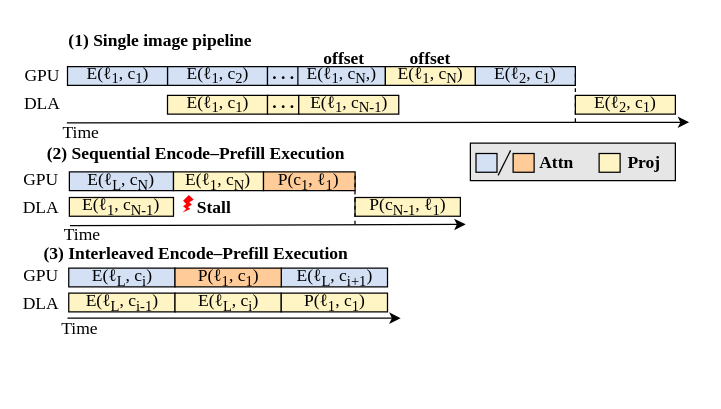
This is figures/design_imgpipe.drawio from icszhr/hermes, a draw.io file, before an edit. Source tidied: cells renumbered, new cells numbered last; positions are measured from the earlier drawing's top-left corner, leaving out a move shared by most shapes. Both pictures are drawn from the tidied source at 125%, with x=0, y=0 at pixel (25, 30).
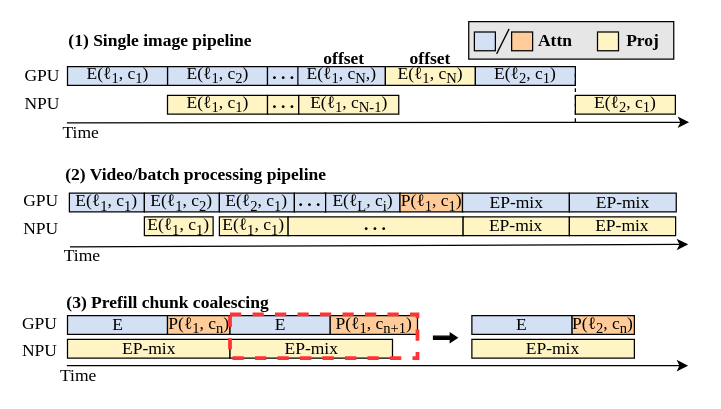
Above is the later version.

The edit, as a diff of the source:
```diff
@@
     <mxCell id="2" style="rounded=0;whiteSpace=wrap;html=1;fillColor=#E6E6E6;" parent="1" vertex="1">
-      <mxGeometry x="355.8" y="90" width="164" height="30" as="geometry" />
+      <mxGeometry x="354.5" y="-7.2" width="164" height="30" as="geometry" />
     </mxCell>
     <mxCell id="3" value="&lt;font face=&quot;Times New Roman&quot;&gt;GPU&lt;/font&gt;" style="text;html=1;whiteSpace=wrap;strokeColor=none;fillColor=none;align=center;verticalAlign=middle;rounded=0;fontSize=14;" parent="1" vertex="1">
-      <mxGeometry y="113" width="25" height="12" as="geometry" />
+      <mxGeometry y="130" width="25" height="12" as="geometry" />
     </mxCell>
-    <mxCell id="4" value="&lt;font face=&quot;Times New Roman&quot;&gt;DLA&lt;/font&gt;" style="text;html=1;whiteSpace=wrap;strokeColor=none;fillColor=none;align=center;verticalAlign=middle;rounded=0;fontSize=14;" parent="1" vertex="1">
-      <mxGeometry y="135" width="25" height="12" as="geometry" />
+    <mxCell id="4" value="&lt;font face=&quot;Times New Roman&quot;&gt;NPU&lt;/font&gt;" style="text;html=1;whiteSpace=wrap;strokeColor=none;fillColor=none;align=center;verticalAlign=middle;rounded=0;fontSize=14;" parent="1" vertex="1">
+      <mxGeometry y="152" width="25" height="12" as="geometry" />
     </mxCell>
     <mxCell id="5" value="&lt;font face=&quot;Times New Roman&quot;&gt;GPU&lt;/font&gt;" style="text;html=1;whiteSpace=wrap;strokeColor=none;fillColor=none;align=center;verticalAlign=middle;rounded=0;fontSize=14;" parent="1" vertex="1">
-      <mxGeometry x="-0.5" y="190" width="25" height="12" as="geometry" />
+      <mxGeometry x="-1.5" y="228" width="25" height="12" as="geometry" />
     </mxCell>
-    <mxCell id="6" value="&lt;font face=&quot;Times New Roman&quot;&gt;DLA&lt;/font&gt;" style="text;html=1;whiteSpace=wrap;strokeColor=none;fillColor=none;align=center;verticalAlign=middle;rounded=0;fontSize=14;" parent="1" vertex="1">
-      <mxGeometry x="-0.5" y="212" width="25" height="12" as="geometry" />
+    <mxCell id="6" value="&lt;font face=&quot;Times New Roman&quot;&gt;NPU&lt;/font&gt;" style="text;html=1;whiteSpace=wrap;strokeColor=none;fillColor=none;align=center;verticalAlign=middle;rounded=0;fontSize=14;" parent="1" vertex="1">
+      <mxGeometry x="-1.5" y="250" width="25" height="12" as="geometry" />
     </mxCell>
-    <mxCell id="7" value="&lt;font face=&quot;Times New Roman&quot;&gt;Stall&lt;/font&gt;" style="text;html=1;whiteSpace=wrap;strokeColor=none;fillColor=none;align=center;verticalAlign=middle;rounded=0;fontStyle=1;fontSize=14;" parent="1" vertex="1">
-      <mxGeometry x="138.5" y="134" width="24" height="13" as="geometry" />
-    </mxCell>
-    <mxCell id="8" style="verticalLabelPosition=bottom;verticalAlign=top;html=1;shape=mxgraph.basic.flash;rotation=0;strokeColor=none;fillColor=#FF0000;flipH=0;legacyAnchorPoints=0;fontSize=14;" parent="1" vertex="1">
-      <mxGeometry x="125.5" y="131.5" width="9" height="14" as="geometry" />
-    </mxCell>
-    <mxCell id="9" value="&lt;font face=&quot;Times New Roman&quot;&gt;&lt;b&gt;(2)&amp;nbsp;Sequential Encode–Prefill Execution&lt;/b&gt;&lt;/font&gt;" style="text;html=1;whiteSpace=wrap;strokeColor=none;fillColor=none;align=center;verticalAlign=middle;rounded=0;fontSize=14;" parent="1" vertex="1">
-      <mxGeometry x="9" y="90" width="254.5" height="16" as="geometry" />
+    <mxCell id="9" value="&lt;font face=&quot;Times New Roman&quot;&gt;&lt;b&gt;(2) Video/batch processing pipeline&lt;/b&gt;&lt;/font&gt;" style="text;html=1;whiteSpace=wrap;strokeColor=none;fillColor=none;align=center;verticalAlign=middle;rounded=0;fontSize=14;" parent="1" vertex="1">
+      <mxGeometry x="9" y="107" width="254.5" height="16" as="geometry" />
     </mxCell>
-    <mxCell id="10" value="&lt;font face=&quot;Times New Roman&quot;&gt;&lt;b&gt;(3)&amp;nbsp;Interleaved Encode–Prefill Execution&lt;/b&gt;&lt;/font&gt;" style="text;html=1;whiteSpace=wrap;strokeColor=none;fillColor=none;align=center;verticalAlign=middle;rounded=0;fontSize=14;" parent="1" vertex="1">
-      <mxGeometry x="7" y="170" width="258.5" height="16" as="geometry" />
+    <mxCell id="10" value="&lt;font face=&quot;Times New Roman&quot;&gt;&lt;b&gt;(3) Prefill chunk coalescing&lt;/b&gt;&lt;/font&gt;" style="text;html=1;whiteSpace=wrap;strokeColor=none;fillColor=none;align=center;verticalAlign=middle;rounded=0;fontSize=14;" parent="1" vertex="1">
+      <mxGeometry x="25.5" y="209" width="175.5" height="16" as="geometry" />
     </mxCell>
-    <mxCell id="11" value="E(ℓ&lt;sub&gt;L&lt;/sub&gt;&lt;span&gt;,&amp;nbsp;&lt;/span&gt;c&lt;sub&gt;i&lt;/sub&gt;&lt;span&gt;)&lt;/span&gt;" style="rounded=0;whiteSpace=wrap;html=1;fontFamily=Times New Roman;spacingTop=0;fillColor=#D4E1F5;fontSize=14;" parent="1" vertex="1">
-      <mxGeometry x="34.5" y="190" width="85" height="15" as="geometry" />
+    <mxCell id="11" value="E" style="rounded=0;whiteSpace=wrap;html=1;fontFamily=Times New Roman;spacingTop=0;fillColor=#D4E1F5;fontSize=14;" parent="1" vertex="1">
+      <mxGeometry x="33.5" y="228" width="80" height="15" as="geometry" />
     </mxCell>
-    <mxCell id="12" value="E(ℓ&lt;sub&gt;L&lt;/sub&gt;&lt;span&gt;,&amp;nbsp;&lt;/span&gt;c&lt;sub&gt;i+1&lt;/sub&gt;&lt;span&gt;)&lt;/span&gt;" style="rounded=0;whiteSpace=wrap;html=1;fontFamily=Times New Roman;spacingTop=0;fillColor=#D4E1F5;fontSize=14;" parent="1" vertex="1">
-      <mxGeometry x="204.5" y="190" width="85" height="15" as="geometry" />
-    </mxCell>
-    <mxCell id="13" value="P(ℓ&lt;sub&gt;1&lt;/sub&gt;&lt;span&gt;,&amp;nbsp;&lt;/span&gt;c&lt;sub&gt;1&lt;/sub&gt;&lt;span&gt;)&lt;/span&gt;" style="rounded=0;whiteSpace=wrap;html=1;fontFamily=Times New Roman;spacingTop=0;fillColor=#FFCC99;fontSize=14;" parent="1" vertex="1">
-      <mxGeometry x="119.5" y="190" width="85" height="15" as="geometry" />
-    </mxCell>
-    <mxCell id="14" value="E(ℓ&lt;sub&gt;1&lt;/sub&gt;&lt;span&gt;,&amp;nbsp;&lt;/span&gt;c&lt;sub&gt;N-1&lt;/sub&gt;&lt;span&gt;)&lt;/span&gt;" style="rounded=0;whiteSpace=wrap;html=1;fontFamily=Times New Roman;spacingTop=0;fillColor=#FFF4C3;fontSize=14;" parent="1" vertex="1">
-      <mxGeometry x="35" y="133.5" width="83.3" height="15" as="geometry" />
+    <mxCell id="14" value="E(ℓ&lt;sub&gt;1&lt;/sub&gt;&lt;span&gt;,&amp;nbsp;&lt;/span&gt;c&lt;sub&gt;1&lt;/sub&gt;&lt;span&gt;)&lt;/span&gt;" style="rounded=0;whiteSpace=wrap;html=1;fontFamily=Times New Roman;spacingTop=0;fillColor=#FFF4C3;fontSize=14;" parent="1" vertex="1">
+      <mxGeometry x="95" y="149" width="55" height="15" as="geometry" />
     </mxCell>
-    <mxCell id="15" value="E(ℓ&lt;sub&gt;L&lt;/sub&gt;&lt;span&gt;,&amp;nbsp;&lt;/span&gt;c&lt;sub&gt;i-1&lt;/sub&gt;&lt;span&gt;)&lt;/span&gt;" style="rounded=0;whiteSpace=wrap;html=1;fontFamily=Times New Roman;spacingTop=0;fillColor=#FFF4C3;fontSize=14;" parent="1" vertex="1">
-      <mxGeometry x="34.5" y="210" width="85" height="15" as="geometry" />
-    </mxCell>
@@
-    <mxCell id="19" value="&lt;font face=&quot;Times New Roman&quot;&gt;DLA&lt;/font&gt;" style="text;html=1;whiteSpace=wrap;strokeColor=none;fillColor=none;align=center;verticalAlign=middle;rounded=0;fontSize=14;" parent="1" vertex="1">
+    <mxCell id="19" value="&lt;font face=&quot;Times New Roman&quot;&gt;NPU&lt;/font&gt;" style="text;html=1;whiteSpace=wrap;strokeColor=none;fillColor=none;align=center;verticalAlign=middle;rounded=0;fontSize=14;" parent="1" vertex="1">
       <mxGeometry x="0.5" y="52" width="25" height="12" as="geometry" />
     </mxCell>
@@
-    <mxCell id="25" value="E(ℓ&lt;sub&gt;L&lt;/sub&gt;&lt;span&gt;, &lt;/span&gt;c&lt;sub&gt;N&lt;/sub&gt;&lt;span&gt;)&lt;/span&gt;" style="rounded=0;whiteSpace=wrap;html=1;fontFamily=Times New Roman;spacingTop=0;fillColor=#D4E1F5;fontSize=14;" parent="1" vertex="1">
-      <mxGeometry x="35" y="113" width="83.3" height="15" as="geometry" />
+    <mxCell id="25" value="E(ℓ&lt;sub&gt;1&lt;/sub&gt;&lt;span&gt;, &lt;/span&gt;c&lt;sub&gt;1&lt;/sub&gt;&lt;span&gt;)&lt;/span&gt;" style="rounded=0;whiteSpace=wrap;html=1;fontFamily=Times New Roman;spacingTop=0;fillColor=#D4E1F5;fontSize=14;" parent="1" vertex="1">
+      <mxGeometry x="35" y="130" width="60" height="15" as="geometry" />
     </mxCell>
-    <mxCell id="26" value="E(ℓ&lt;sub&gt;1&lt;/sub&gt;&lt;span&gt;,&amp;nbsp;&lt;/span&gt;c&lt;sub&gt;N&lt;/sub&gt;&lt;span&gt;)&lt;/span&gt;" style="rounded=0;whiteSpace=wrap;html=1;fontFamily=Times New Roman;spacingTop=0;fillColor=#FFF4C3;fontSize=14;" parent="1" vertex="1">
-      <mxGeometry x="118.3" y="113" width="72" height="15" as="geometry" />
-    </mxCell>
-    <mxCell id="27" value="P(c&lt;sub&gt;1&lt;/sub&gt;&lt;span&gt;,&amp;nbsp;&lt;/span&gt;ℓ&lt;sub&gt;1&lt;/sub&gt;&lt;span&gt;)&lt;/span&gt;" style="rounded=0;whiteSpace=wrap;html=1;fontFamily=Times New Roman;spacingTop=0;fillColor=#FFCC99;fontSize=14;" parent="1" vertex="1">
-      <mxGeometry x="190.3" y="113" width="73.3" height="15" as="geometry" />
-    </mxCell>
-    <mxCell id="28" value="P(c&lt;sub&gt;N-1&lt;/sub&gt;&lt;span&gt;,&amp;nbsp;&lt;/span&gt;ℓ&lt;sub&gt;1&lt;/sub&gt;&lt;span&gt;)&lt;/span&gt;" style="rounded=0;whiteSpace=wrap;html=1;fontFamily=Times New Roman;spacingTop=0;fillColor=#FFF4C3;fontSize=14;" parent="1" vertex="1">
-      <mxGeometry x="263.5" y="133.5" width="84.3" height="15" as="geometry" />
-    </mxCell>
-    <mxCell id="29" value="E(ℓ&lt;sub&gt;L&lt;/sub&gt;&lt;span&gt;,&amp;nbsp;&lt;/span&gt;c&lt;sub&gt;i&lt;/sub&gt;&lt;span&gt;)&lt;/span&gt;" style="rounded=0;whiteSpace=wrap;html=1;fontFamily=Times New Roman;spacingTop=0;fillColor=#FFF4C3;fontSize=14;" parent="1" vertex="1">
-      <mxGeometry x="119.5" y="210" width="85" height="15" as="geometry" />
-    </mxCell>
-    <mxCell id="30" value="P(ℓ&lt;sub&gt;1&lt;/sub&gt;&lt;span&gt;,&amp;nbsp;&lt;/span&gt;c&lt;sub&gt;1&lt;/sub&gt;&lt;span&gt;)&lt;/span&gt;" style="rounded=0;whiteSpace=wrap;html=1;fontFamily=Times New Roman;spacingTop=0;fillColor=#FFF4C3;fontSize=14;" parent="1" vertex="1">
-      <mxGeometry x="204.5" y="210" width="85" height="15" as="geometry" />
-    </mxCell>
     <mxCell id="31" value="&lt;font face=&quot;Times New Roman&quot;&gt;Time&lt;/font&gt;" style="text;html=1;whiteSpace=wrap;strokeColor=none;fillColor=none;align=center;verticalAlign=middle;rounded=0;fontSize=14;" parent="1" vertex="1">
-      <mxGeometry x="24.5" y="230" width="37" height="16" as="geometry" />
+      <mxGeometry x="23.5" y="268" width="37" height="16" as="geometry" />
     </mxCell>
     <mxCell id="32" style="endArrow=classic;html=1;rounded=0;endSize=6;fontSize=14;strokeWidth=1;" parent="1" edge="1">
       <mxGeometry relative="1" as="geometry">
-        <mxPoint x="33.5" y="230" as="sourcePoint" />
-        <mxPoint x="300" y="230" as="targetPoint" />
+        <mxPoint x="33" y="268" as="sourcePoint" />
+        <mxPoint x="530" y="268" as="targetPoint" />
       </mxGeometry>
     </mxCell>
     <mxCell id="33" value="&lt;font face=&quot;Times New Roman&quot;&gt;Time&lt;/font&gt;" style="text;html=1;whiteSpace=wrap;strokeColor=none;fillColor=none;align=center;verticalAlign=middle;rounded=0;fontSize=14;" parent="1" vertex="1">
-      <mxGeometry x="26.5" y="155" width="37" height="16" as="geometry" />
+      <mxGeometry x="26.5" y="172" width="37" height="16" as="geometry" />
     </mxCell>
     <mxCell id="34" style="endArrow=classic;html=1;rounded=0;endSize=6;fontSize=14;strokeWidth=1;" parent="1" edge="1">
       <mxGeometry relative="1" as="geometry">
-        <mxPoint x="35.5" y="156" as="sourcePoint" />
-        <mxPoint x="352" y="155" as="targetPoint" />
+        <mxPoint x="35.5" y="173" as="sourcePoint" />
+        <mxPoint x="530" y="171" as="targetPoint" />
       </mxGeometry>
     </mxCell>
-    <mxCell id="35" style="endArrow=none;dashed=1;html=1;strokeWidth=1;rounded=0;fontSize=14;" parent="1" edge="1">
-      <mxGeometry relative="1" as="geometry">
-        <mxPoint x="263.5" y="155" as="sourcePoint" />
-        <mxPoint x="263.5" y="113" as="targetPoint" />
-      </mxGeometry>
-    </mxCell>
@@
     <mxCell id="45" style="rounded=0;whiteSpace=wrap;html=1;fillColor=light-dark(#d4e1f5, #ededed);" parent="1" vertex="1">
-      <mxGeometry x="360.3" y="98.3" width="16.8" height="15" as="geometry" />
+      <mxGeometry x="359" y="1.1" width="16.8" height="15" as="geometry" />
     </mxCell>
     <mxCell id="46" style="rounded=0;whiteSpace=wrap;html=1;fillColor=light-dark(#ffcc99, #ededed);" parent="1" vertex="1">
-      <mxGeometry x="390" y="98.3" width="16.8" height="15" as="geometry" />
+      <mxGeometry x="388.8" y="1.1" width="16.8" height="15" as="geometry" />
     </mxCell>
     <mxCell id="47" style="endArrow=none;html=1;rounded=0;" parent="1" edge="1">
       <mxGeometry relative="1" as="geometry">
-        <mxPoint x="378" y="115.8" as="sourcePoint" />
-        <mxPoint x="388" y="95.8" as="targetPoint" />
+        <mxPoint x="376.8" y="18.6" as="sourcePoint" />
+        <mxPoint x="386.8" y="-1.4" as="targetPoint" />
       </mxGeometry>
     </mxCell>
     <mxCell id="48" value="&lt;font face=&quot;Times New Roman&quot;&gt;Attn&lt;/font&gt;" style="text;html=1;whiteSpace=wrap;strokeColor=none;fillColor=none;align=center;verticalAlign=middle;rounded=0;fontStyle=1;fontSize=14;" parent="1" vertex="1">
-      <mxGeometry x="406.8" y="98.3" width="35.5" height="13" as="geometry" />
+      <mxGeometry x="405.5" y="1.1" width="35.5" height="13" as="geometry" />
     </mxCell>
     <mxCell id="49" style="rounded=0;whiteSpace=wrap;html=1;fillColor=light-dark(#fff4c3, #ededed);" parent="1" vertex="1">
-      <mxGeometry x="458.8" y="98.3" width="16.8" height="15" as="geometry" />
+      <mxGeometry x="457.5" y="1.1" width="16.8" height="15" as="geometry" />
     </mxCell>
     <mxCell id="50" value="&lt;font face=&quot;Times New Roman&quot;&gt;Proj&lt;/font&gt;" style="text;html=1;whiteSpace=wrap;strokeColor=none;fillColor=none;align=center;verticalAlign=middle;rounded=0;fontStyle=1;fontSize=14;" parent="1" vertex="1">
-      <mxGeometry x="473.9" y="98.3" width="41.9" height="13" as="geometry" />
+      <mxGeometry x="472.6" y="1.1" width="41.9" height="13" as="geometry" />
     </mxCell>
+    <mxCell id="51" value="E(ℓ&lt;sub&gt;1&lt;/sub&gt;&lt;span&gt;, &lt;/span&gt;c&lt;sub&gt;2&lt;/sub&gt;&lt;span&gt;)&lt;/span&gt;" style="rounded=0;whiteSpace=wrap;html=1;fontFamily=Times New Roman;spacingTop=0;fillColor=#D4E1F5;fontSize=14;" parent="1" vertex="1">
+      <mxGeometry x="95" y="130" width="60" height="15" as="geometry" />
+    </mxCell>
+    <mxCell id="52" value="E(ℓ&lt;sub&gt;2&lt;/sub&gt;&lt;span&gt;, &lt;/span&gt;c&lt;sub&gt;1&lt;/sub&gt;&lt;span&gt;)&lt;/span&gt;" style="rounded=0;whiteSpace=wrap;html=1;fontFamily=Times New Roman;spacingTop=0;fillColor=#D4E1F5;fontSize=14;" parent="1" vertex="1">
+      <mxGeometry x="155" y="130" width="60" height="15" as="geometry" />
+    </mxCell>
+    <mxCell id="53" value="E(ℓ&lt;sub&gt;1&lt;/sub&gt;&lt;span&gt;,&amp;nbsp;&lt;/span&gt;c&lt;sub&gt;1&lt;/sub&gt;&lt;span&gt;)&lt;/span&gt;" style="rounded=0;whiteSpace=wrap;html=1;fontFamily=Times New Roman;spacingTop=0;fillColor=#FFF4C3;fontSize=14;" parent="1" vertex="1">
+      <mxGeometry x="155" y="149" width="55" height="15" as="geometry" />
+    </mxCell>
+    <mxCell id="29" value="E(ℓ&lt;sub&gt;L&lt;/sub&gt;&lt;span&gt;,&amp;nbsp;&lt;/span&gt;c&lt;sub&gt;i&lt;/sub&gt;&lt;span&gt;)&lt;/span&gt;" style="rounded=0;whiteSpace=wrap;html=1;fontFamily=Times New Roman;spacingTop=0;fillColor=#D4E1F5;fontSize=14;" parent="1" vertex="1">
+      <mxGeometry x="239.5" y="130" width="60" height="15" as="geometry" />
+    </mxCell>
+    <mxCell id="13" value="P(ℓ&lt;sub&gt;1&lt;/sub&gt;&lt;span&gt;,&amp;nbsp;&lt;/span&gt;c&lt;sub&gt;1&lt;/sub&gt;&lt;span&gt;)&lt;/span&gt;" style="rounded=0;whiteSpace=wrap;html=1;fontFamily=Times New Roman;spacingTop=0;fillColor=#FFCC99;fontSize=14;" parent="1" vertex="1">
+      <mxGeometry x="299.5" y="130" width="50" height="15" as="geometry" />
+    </mxCell>
+    <mxCell id="54" value="&lt;b&gt;. . .&lt;/b&gt;" style="rounded=0;whiteSpace=wrap;html=1;fontFamily=Times New Roman;spacingTop=-2;fillColor=light-dark(#d4e1f5, #261d00);fontSize=14;" parent="1" vertex="1">
+      <mxGeometry x="215" y="130" width="25" height="15" as="geometry" />
+    </mxCell>
+    <mxCell id="55" value="&lt;b&gt;. . .&lt;/b&gt;" style="rounded=0;whiteSpace=wrap;html=1;fontFamily=Times New Roman;spacingTop=-2;fillColor=#FFF4C3;fontSize=14;" parent="1" vertex="1">
+      <mxGeometry x="210" y="149" width="140" height="15" as="geometry" />
+    </mxCell>
+    <mxCell id="56" value="EP-mix" style="rounded=0;whiteSpace=wrap;html=1;fontFamily=Times New Roman;spacingTop=0;fillColor=#D4E1F5;fontSize=14;" parent="1" vertex="1">
+      <mxGeometry x="349.5" y="130" width="85.5" height="15" as="geometry" />
+    </mxCell>
+    <mxCell id="57" value="EP-mix" style="rounded=0;whiteSpace=wrap;html=1;fontFamily=Times New Roman;spacingTop=0;fillColor=light-dark(#fff4c3, #232e40);fontSize=14;" parent="1" vertex="1">
+      <mxGeometry x="350" y="149" width="85" height="15" as="geometry" />
+    </mxCell>
+    <mxCell id="58" value="EP-mix" style="rounded=0;whiteSpace=wrap;html=1;fontFamily=Times New Roman;spacingTop=0;fillColor=#D4E1F5;fontSize=14;" parent="1" vertex="1">
+      <mxGeometry x="435" y="130" width="85.5" height="15" as="geometry" />
+    </mxCell>
+    <mxCell id="59" value="EP-mix" style="rounded=0;whiteSpace=wrap;html=1;fontFamily=Times New Roman;spacingTop=0;fillColor=light-dark(#fff4c3, #232e40);fontSize=14;" parent="1" vertex="1">
+      <mxGeometry x="435" y="149" width="85" height="15" as="geometry" />
+    </mxCell>
+    <mxCell id="60" style="shape=flexArrow;endArrow=classic;html=1;rounded=0;endWidth=3.854748603351956;endSize=1.5326145552560646;width=2.5336927223719674;fillColor=#000000;" parent="1" edge="1">
+      <mxGeometry relative="1" as="geometry">
+        <mxPoint x="325.8" y="245.7" as="sourcePoint" />
+        <mxPoint x="345.8" y="245.7" as="targetPoint" />
+      </mxGeometry>
+    </mxCell>
+    <mxCell id="61" value="P(ℓ&lt;sub&gt;1&lt;/sub&gt;,&amp;nbsp;c&lt;sub&gt;n&lt;/sub&gt;)" style="rounded=0;whiteSpace=wrap;html=1;fontFamily=Times New Roman;spacingTop=0;fillColor=light-dark(#ffcc99, #232e40);fontSize=14;" parent="1" vertex="1">
+      <mxGeometry x="113.5" y="228" width="50" height="15" as="geometry" />
+    </mxCell>
+    <mxCell id="62" value="EP-mix" style="rounded=0;whiteSpace=wrap;html=1;fontFamily=Times New Roman;spacingTop=0;fillColor=#FFF4C3;fontSize=14;" parent="1" vertex="1">
+      <mxGeometry x="33.5" y="247" width="130" height="15" as="geometry" />
+    </mxCell>
+    <mxCell id="63" value="P(ℓ&lt;sub&gt;1&lt;/sub&gt;,&amp;nbsp;c&lt;sub&gt;n+1&lt;/sub&gt;)" style="rounded=0;whiteSpace=wrap;html=1;fontFamily=Times New Roman;spacingTop=0;fillColor=light-dark(#ffcc99, #232e40);fontSize=14;" parent="1" vertex="1">
+      <mxGeometry x="243.5" y="228" width="70" height="15" as="geometry" />
+    </mxCell>
+    <mxCell id="64" value="E" style="rounded=0;whiteSpace=wrap;html=1;fontFamily=Times New Roman;spacingTop=0;fillColor=#D4E1F5;fontSize=14;" parent="1" vertex="1">
+      <mxGeometry x="163.5" y="228" width="80" height="15" as="geometry" />
+    </mxCell>
+    <mxCell id="65" value="EP-mix" style="rounded=0;whiteSpace=wrap;html=1;fontFamily=Times New Roman;spacingTop=0;fillColor=#FFF4C3;fontSize=14;" parent="1" vertex="1">
+      <mxGeometry x="163.5" y="247" width="130" height="15" as="geometry" />
+    </mxCell>
+    <mxCell id="66" style="whiteSpace=wrap;html=1;fillColor=none;dashed=1;strokeColor=#FF3333;strokeWidth=3;rounded=0;" parent="1" vertex="1">
+      <mxGeometry x="163.5" y="227" width="150" height="35" as="geometry" />
+    </mxCell>
+    <mxCell id="67" value="P(ℓ&lt;sub&gt;2&lt;/sub&gt;,&amp;nbsp;c&lt;sub&gt;n&lt;/sub&gt;)" style="rounded=0;whiteSpace=wrap;html=1;fontFamily=Times New Roman;spacingTop=0;fillColor=light-dark(#ffcc99, #232e40);fontSize=14;" parent="1" vertex="1">
+      <mxGeometry x="437" y="228" width="50" height="15" as="geometry" />
+    </mxCell>
+    <mxCell id="68" value="E" style="rounded=0;whiteSpace=wrap;html=1;fontFamily=Times New Roman;spacingTop=0;fillColor=#D4E1F5;fontSize=14;" parent="1" vertex="1">
+      <mxGeometry x="357" y="228" width="80" height="15" as="geometry" />
+    </mxCell>
+    <mxCell id="69" value="EP-mix" style="rounded=0;whiteSpace=wrap;html=1;fontFamily=Times New Roman;spacingTop=0;fillColor=#FFF4C3;fontSize=14;" parent="1" vertex="1">
+      <mxGeometry x="357" y="247" width="130" height="15" as="geometry" />
+    </mxCell>
```
